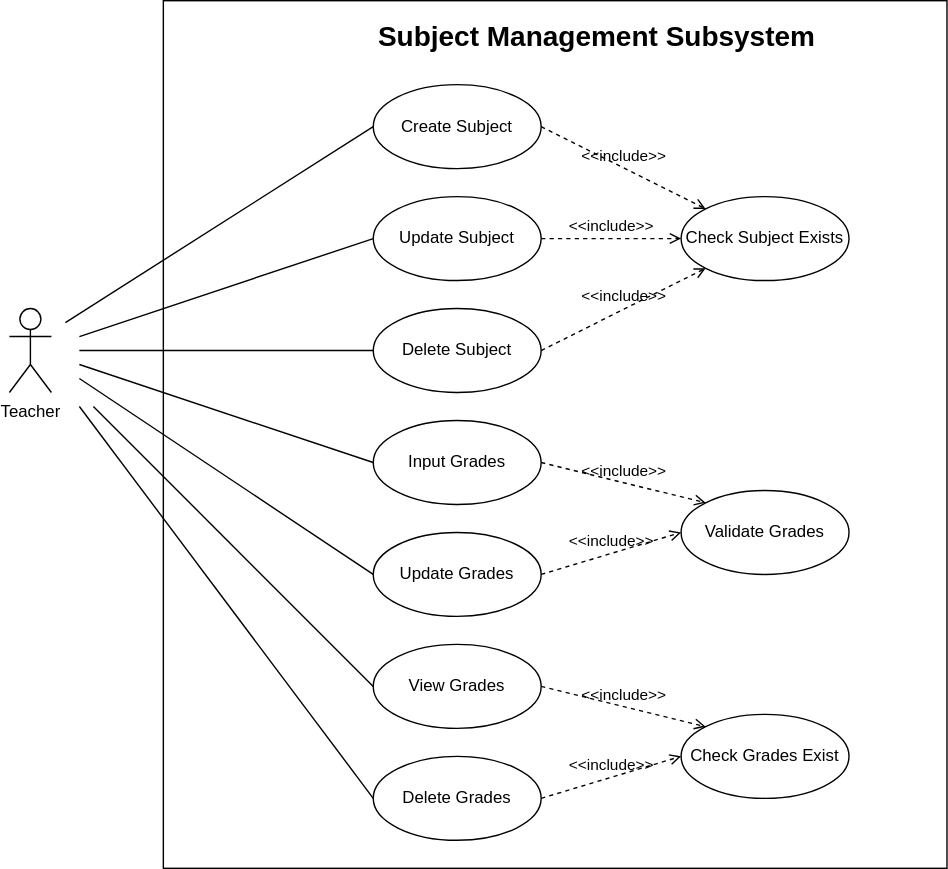
james15mokoena/NeoSoft4 keeps this draw.io diagram as Subject Management Subsystem.drawio.svg. Above is the earlier version. Source tidied: cells renumbered, new cells last; positions are measured from the earlier drawing's top-left corner, leaving out a move shared by most shapes.
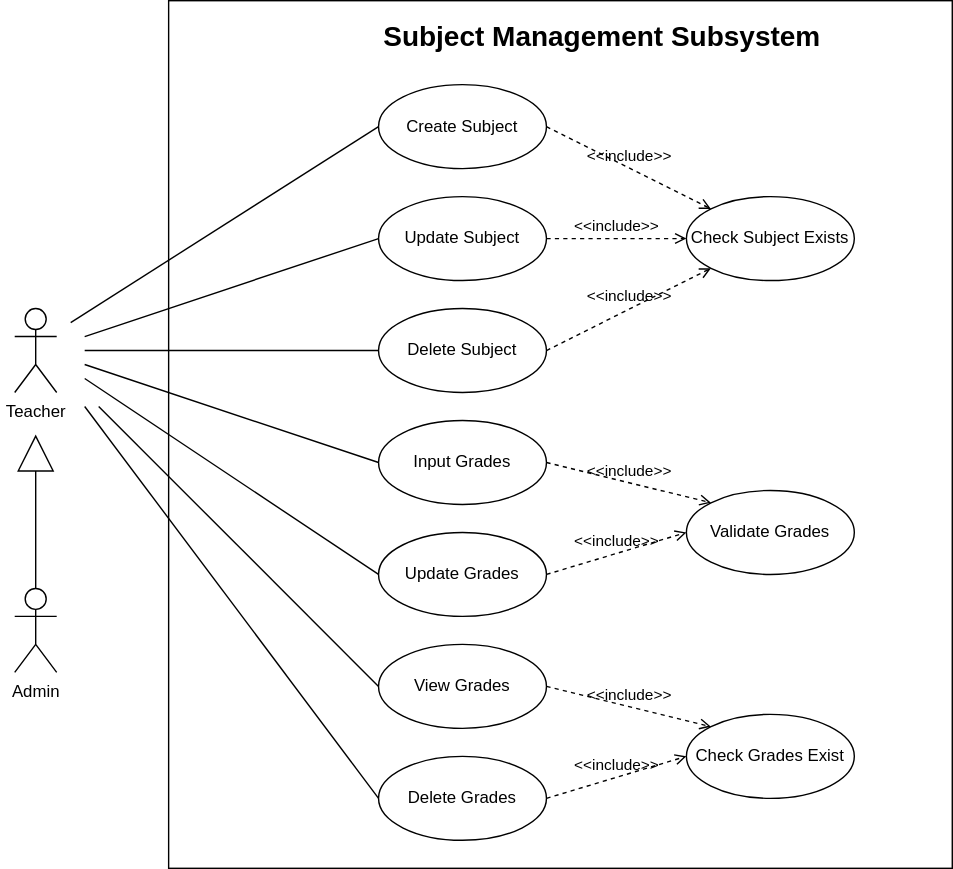
The same diagram one commit later.

Commit message:
Added Admin as an actor to the SMS.drawio.svg

The edit, as a diff of the source:
```diff
@@ -97,5 +97,13 @@
     <mxCell id="28" value="&amp;lt;&amp;lt;include&amp;gt;&amp;gt;" style="html=1;verticalAlign=bottom;labelBackgroundColor=none;endArrow=open;endFill=0;dashed=1;rounded=0;exitX=1;exitY=0.5;exitDx=0;exitDy=0;entryX=0;entryY=1;entryDx=0;entryDy=0;" parent="1" edge="1" source="7" target="25">
       <mxGeometry relative="1" as="geometry" />
     </mxCell>
+    <mxCell id="29" style="endArrow=block;endFill=0;endSize=24;html=1;rounded=0;exitX=0.5;exitY=0;exitDx=0;exitDy=0;exitPerimeter=0;" parent="1" edge="1" source="30">
+      <mxGeometry relative="1" as="geometry">
+        <mxPoint x="15" y="310" as="targetPoint" />
+      </mxGeometry>
+    </mxCell>
+    <mxCell id="30" value="Admin" style="shape=umlActor;verticalLabelPosition=bottom;verticalAlign=top;html=1;outlineConnect=0;" parent="1" vertex="1">
+      <mxGeometry y="420" width="30" height="60" as="geometry" />
+    </mxCell>
   </root>
 </mxGraphModel>
```
